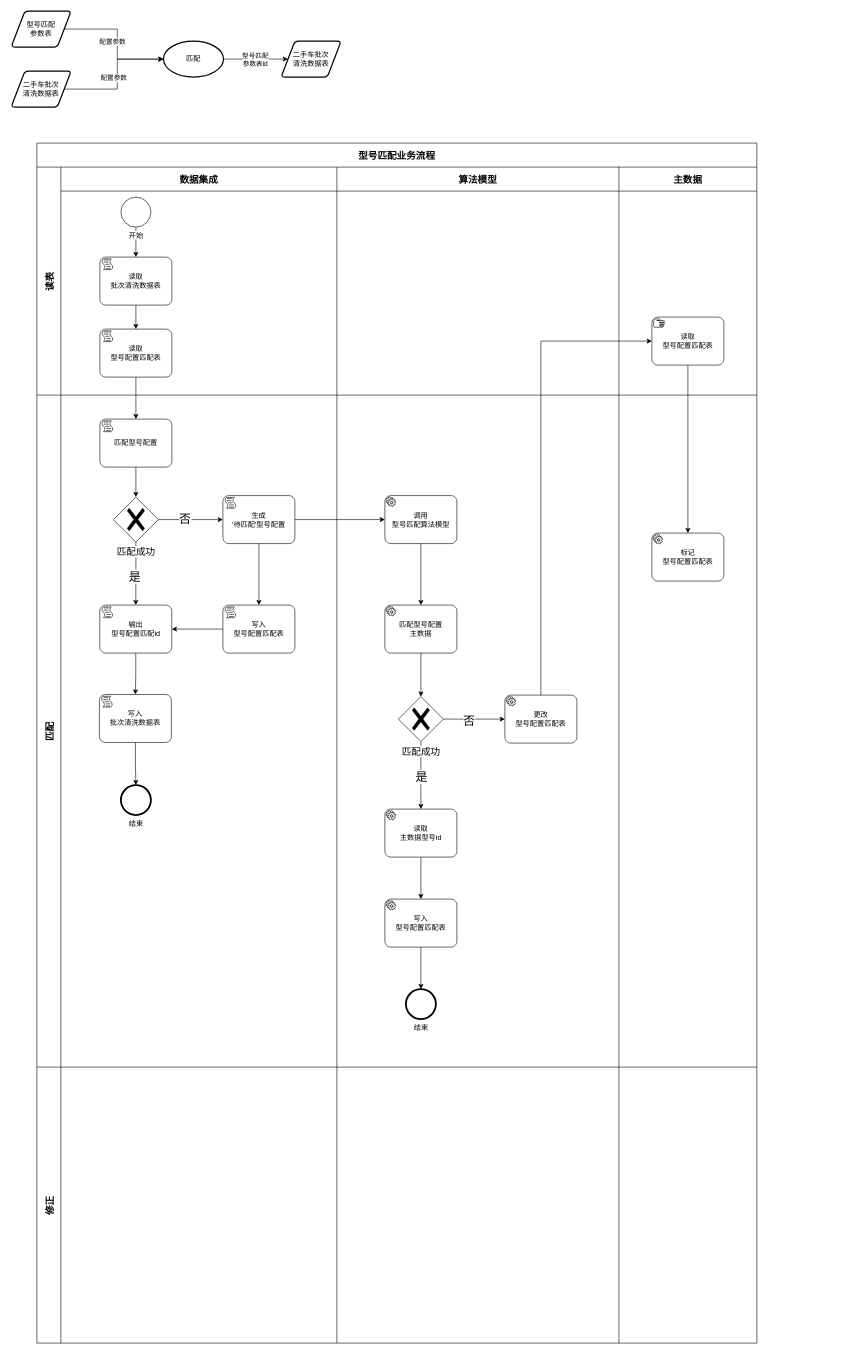
Earlier version of the draw.io diagram 型号匹配流程优化.drawio (wangzijia122/drawio_repository). Source tidied: cells renumbered, new cells numbered last; positions are measured from the earlier drawing's top-left corner, leaving out a move shared by most shapes. Both pictures are drawn from the tidied source at 60%, with x=0, y=0 at pixel (11, 11).
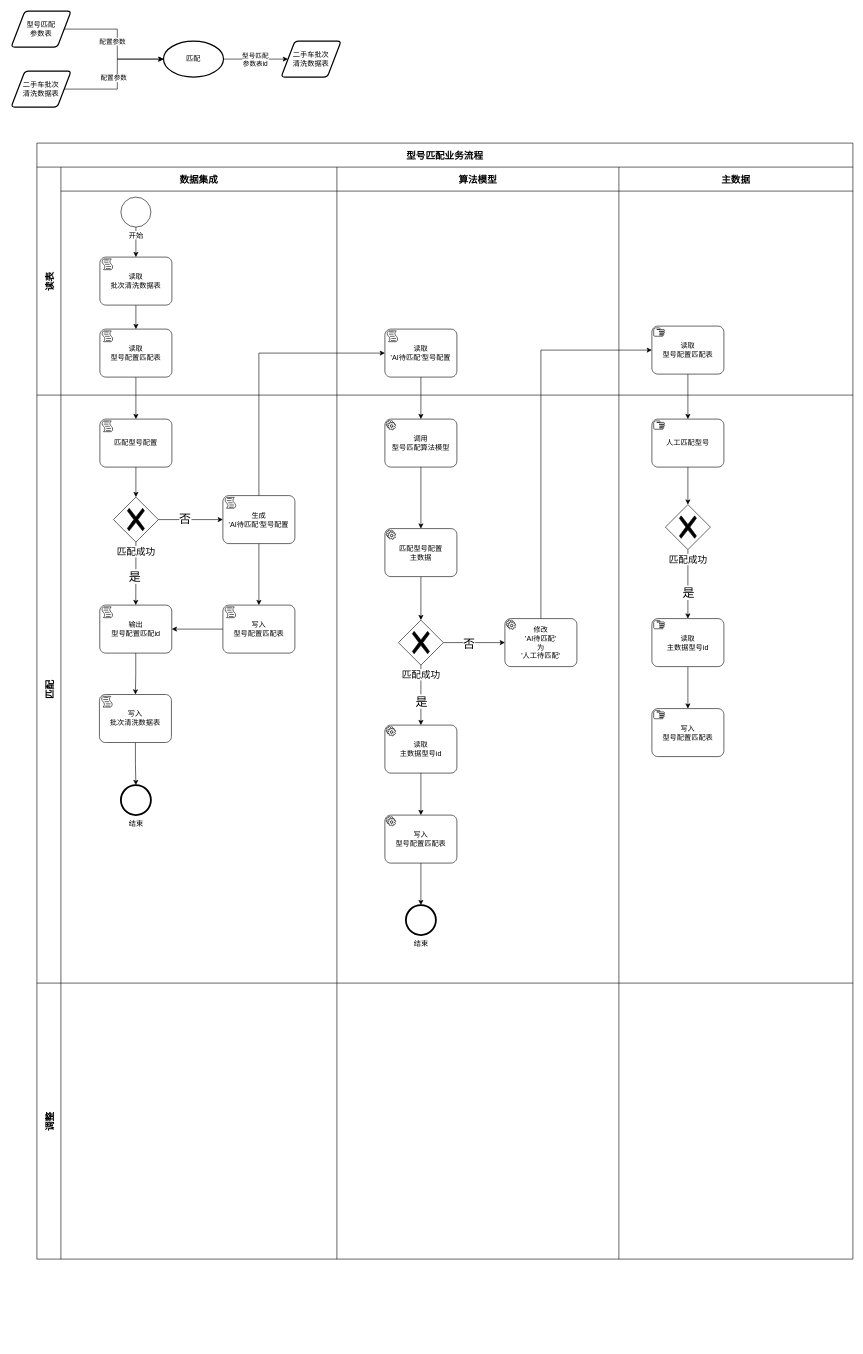
After the change.

Commit message (it also covers changes not shown here):
更新型号匹配流程优化.drawio

Unchanged cells that the change refers to:
```xml
<mxCell id="20" value="算法模型" style="swimlane;swimlaneHead=0;swimlaneBody=0;fontStyle=1;strokeColor=inherit;fillColor=none;startSize=40;fontSize=16;" parent="13" vertex="1">
  <mxGeometry x="500" width="470" height="380" as="geometry" />
</mxCell>
<mxCell id="49" style="edgeStyle=orthogonalEdgeStyle;rounded=0;jettySize=auto;html=1;exitX=0.5;exitY=1;exitDx=0;exitDy=0;exitPerimeter=0;entryX=0.5;entryY=0;entryDx=0;entryDy=0;entryPerimeter=0;" parent="44" edge="1" source="53" target="55">
  <mxGeometry relative="1" as="geometry" />
</mxCell>
```

Change to the diagram source:
```diff
@@
     <mxCell id="12" value="型号匹配业务流程" style="shape=table;childLayout=tableLayout;startSize=40;fontSize=16;fontStyle=1;" parent="1" vertex="1">
-      <mxGeometry x="43" y="220" width="1200" height="2000" as="geometry" />
+      <mxGeometry x="43" y="220" width="1360" height="1860" as="geometry" />
     </mxCell>
     <mxCell id="13" value="读表" style="shape=tableRow;horizontal=0;swimlaneHead=0;swimlaneBody=0;top=0;left=0;strokeColor=inherit;bottom=0;right=0;fontStyle=1;fillColor=none;startSize=40;fontSize=16;" parent="12" vertex="1">
-      <mxGeometry y="40" width="1200" height="380" as="geometry" />
+      <mxGeometry y="40" width="1360" height="380" as="geometry" />
     </mxCell>
@@
+    <mxCell id="70" value="读取&lt;br&gt;'AI待匹配'型号配置" style="points=[[0.25,0,0],[0.5,0,0],[0.75,0,0],[1,0.25,0],[1,0.5,0],[1,0.75,0],[0.75,1,0],[0.5,1,0],[0.25,1,0],[0,0.75,0],[0,0.5,0],[0,0.25,0]];shape=mxgraph.bpmn.task;whiteSpace=wrap;rectStyle=rounded;size=10;html=1;taskMarker=script;" parent="20" vertex="1">
+      <mxGeometry x="80" y="270" width="120" height="80" as="geometry" />
+    </mxCell>
     <mxCell id="21" value="主数据" style="swimlane;swimlaneHead=0;swimlaneBody=0;fontStyle=1;strokeColor=inherit;fillColor=none;startSize=40;fontSize=16;" parent="13" vertex="1">
-      <mxGeometry x="970" width="230" height="380" as="geometry" />
+      <mxGeometry x="970" width="390" height="380" as="geometry" />
     </mxCell>
     <mxCell id="22" value="读取&lt;br style=&quot;border-color: var(--border-color);&quot;&gt;型号配置匹配表" style="points=[[0.25,0,0],[0.5,0,0],[0.75,0,0],[1,0.25,0],[1,0.5,0],[1,0.75,0],[0.75,1,0],[0.5,1,0],[0.25,1,0],[0,0.75,0],[0,0.5,0],[0,0.25,0]];shape=mxgraph.bpmn.task;whiteSpace=wrap;rectStyle=rounded;size=10;html=1;taskMarker=manual;" parent="21" vertex="1">
-      <mxGeometry x="55" y="250" width="120" height="80" as="geometry" />
+      <mxGeometry x="55" y="265" width="120" height="80" as="geometry" />
     </mxCell>
     <mxCell id="23" value="匹配" style="shape=tableRow;horizontal=0;swimlaneHead=0;swimlaneBody=0;top=0;left=0;strokeColor=inherit;bottom=0;right=0;fontStyle=1;fillColor=none;startSize=40;fontSize=16;" parent="12" vertex="1">
-      <mxGeometry y="420" width="1200" height="1120" as="geometry" />
+      <mxGeometry y="420" width="1360" height="980" as="geometry" />
     </mxCell>
     <mxCell id="24" style="swimlane;swimlaneHead=0;swimlaneBody=0;fontStyle=1;strokeColor=inherit;fillColor=none;startSize=0;fontSize=16;" parent="23" vertex="1">
-      <mxGeometry x="40" width="460" height="1120" as="geometry" />
+      <mxGeometry x="40" width="460" height="980" as="geometry" />
     </mxCell>
@@
-    <mxCell id="39" value="生成&lt;br&gt;'待匹配'型号配置" style="points=[[0.25,0,0],[0.5,0,0],[0.75,0,0],[1,0.25,0],[1,0.5,0],[1,0.75,0],[0.75,1,0],[0.5,1,0],[0.25,1,0],[0,0.75,0],[0,0.5,0],[0,0.25,0]];shape=mxgraph.bpmn.task;whiteSpace=wrap;rectStyle=rounded;size=10;html=1;taskMarker=script;" parent="24" vertex="1">
+    <mxCell id="39" value="生成&lt;br&gt;'AI待匹配'型号配置" style="points=[[0.25,0,0],[0.5,0,0],[0.75,0,0],[1,0.25,0],[1,0.5,0],[1,0.75,0],[0.75,1,0],[0.5,1,0],[0.25,1,0],[0,0.75,0],[0,0.5,0],[0,0.25,0]];shape=mxgraph.bpmn.task;whiteSpace=wrap;rectStyle=rounded;size=10;html=1;taskMarker=script;" parent="24" vertex="1">
       <mxGeometry x="270" y="167.5" width="120" height="80" as="geometry" />
     </mxCell>
@@
     <mxCell id="44" style="swimlane;swimlaneHead=0;swimlaneBody=0;fontStyle=1;strokeColor=inherit;fillColor=none;startSize=0;fontSize=16;" parent="23" vertex="1">
-      <mxGeometry x="500" width="470" height="1120" as="geometry" />
+      <mxGeometry x="500" width="470" height="980" as="geometry" />
     </mxCell>
@@
     <mxCell id="46" value="调用&lt;br style=&quot;border-color: var(--border-color);&quot;&gt;型号匹配算法模型" style="points=[[0.25,0,0],[0.5,0,0],[0.75,0,0],[1,0.25,0],[1,0.5,0],[1,0.75,0],[0.75,1,0],[0.5,1,0],[0.25,1,0],[0,0.75,0],[0,0.5,0],[0,0.25,0]];shape=mxgraph.bpmn.task;whiteSpace=wrap;rectStyle=rounded;size=10;html=1;taskMarker=service;" parent="44" vertex="1">
-      <mxGeometry x="80" y="167.5" width="120" height="80" as="geometry" />
+      <mxGeometry x="80" y="40" width="120" height="80" as="geometry" />
     </mxCell>
@@
     <mxCell id="48" value="匹配型号配置&lt;br&gt;主数据" style="points=[[0.25,0,0],[0.5,0,0],[0.75,0,0],[1,0.25,0],[1,0.5,0],[1,0.75,0],[0.75,1,0],[0.5,1,0],[0.25,1,0],[0,0.75,0],[0,0.5,0],[0,0.25,0]];shape=mxgraph.bpmn.task;whiteSpace=wrap;rectStyle=rounded;size=10;html=1;taskMarker=service;" parent="44" vertex="1">
-      <mxGeometry x="80" y="350" width="120" height="80" as="geometry" />
+      <mxGeometry x="80" y="222.5" width="120" height="80" as="geometry" />
     </mxCell>
@@
     <mxCell id="50" value="是" style="edgeLabel;html=1;align=center;verticalAlign=middle;fontSize=20;" parent="49" vertex="1">
       <mxGeometry x="0.2" y="1" relative="1" as="geometry">
-        <mxPoint x="-1" y="-10" as="offset" />
+        <mxPoint x="-1" y="-1" as="offset" />
       </mxGeometry>
     </mxCell>
@@
     <mxCell id="53" value="匹配成功" style="points=[[0.25,0.25,0],[0.5,0,0],[0.75,0.25,0],[1,0.5,0],[0.75,0.75,0],[0.5,1,0],[0.25,0.75,0],[0,0.5,0]];shape=mxgraph.bpmn.gateway2;html=1;verticalLabelPosition=bottom;labelBackgroundColor=#ffffff;verticalAlign=top;align=center;perimeter=rhombusPerimeter;outlineConnect=0;outline=none;symbol=none;gwType=exclusive;fontSize=16;" parent="44" vertex="1">
-      <mxGeometry x="102.5" y="502.5" width="75" height="75" as="geometry" />
+      <mxGeometry x="102.5" y="375" width="75" height="75" as="geometry" />
     </mxCell>
@@
     <mxCell id="55" value="读取&lt;br&gt;主数据型号id" style="points=[[0.25,0,0],[0.5,0,0],[0.75,0,0],[1,0.25,0],[1,0.5,0],[1,0.75,0],[0.75,1,0],[0.5,1,0],[0.25,1,0],[0,0.75,0],[0,0.5,0],[0,0.25,0]];shape=mxgraph.bpmn.task;whiteSpace=wrap;rectStyle=rounded;size=10;html=1;taskMarker=service;" parent="44" vertex="1">
-      <mxGeometry x="80" y="690" width="120" height="80" as="geometry" />
+      <mxGeometry x="80" y="550" width="120" height="80" as="geometry" />
     </mxCell>
@@
     <mxCell id="57" value="写入&lt;br style=&quot;border-color: var(--border-color);&quot;&gt;型号配置匹配表" style="points=[[0.25,0,0],[0.5,0,0],[0.75,0,0],[1,0.25,0],[1,0.5,0],[1,0.75,0],[0.75,1,0],[0.5,1,0],[0.25,1,0],[0,0.75,0],[0,0.5,0],[0,0.25,0]];shape=mxgraph.bpmn.task;whiteSpace=wrap;rectStyle=rounded;size=10;html=1;taskMarker=service;" parent="44" vertex="1">
-      <mxGeometry x="80" y="840" width="120" height="80" as="geometry" />
+      <mxGeometry x="80" y="700" width="120" height="80" as="geometry" />
     </mxCell>
     <mxCell id="58" value="结束" style="points=[[0.145,0.145,0],[0.5,0,0],[0.855,0.145,0],[1,0.5,0],[0.855,0.855,0],[0.5,1,0],[0.145,0.855,0],[0,0.5,0]];shape=mxgraph.bpmn.event;html=1;verticalLabelPosition=bottom;labelBackgroundColor=#ffffff;verticalAlign=top;align=center;perimeter=ellipsePerimeter;outlineConnect=0;outline=end;symbol=terminate2;" parent="44" vertex="1">
-      <mxGeometry x="115" y="990" width="50" height="50" as="geometry" />
+      <mxGeometry x="115" y="850" width="50" height="50" as="geometry" />
     </mxCell>
-    <mxCell id="59" value="更改&lt;br&gt;型号配置匹配表" style="points=[[0.25,0,0],[0.5,0,0],[0.75,0,0],[1,0.25,0],[1,0.5,0],[1,0.75,0],[0.75,1,0],[0.5,1,0],[0.25,1,0],[0,0.75,0],[0,0.5,0],[0,0.25,0]];shape=mxgraph.bpmn.task;whiteSpace=wrap;rectStyle=rounded;size=10;html=1;taskMarker=service;" parent="44" vertex="1">
-      <mxGeometry x="280" y="500" width="120" height="80" as="geometry" />
+    <mxCell id="59" value="修改&lt;br style=&quot;border-color: var(--border-color);&quot;&gt;'AI待匹配'&lt;br&gt;为&lt;br&gt;'人工待匹配'" style="points=[[0.25,0,0],[0.5,0,0],[0.75,0,0],[1,0.25,0],[1,0.5,0],[1,0.75,0],[0.75,1,0],[0.5,1,0],[0.25,1,0],[0,0.75,0],[0,0.5,0],[0,0.25,0]];shape=mxgraph.bpmn.task;whiteSpace=wrap;rectStyle=rounded;size=10;html=1;taskMarker=service;" parent="44" vertex="1">
+      <mxGeometry x="280" y="372.5" width="120" height="80" as="geometry" />
     </mxCell>
     <mxCell id="60" style="swimlane;swimlaneHead=0;swimlaneBody=0;fontStyle=1;strokeColor=inherit;fillColor=none;startSize=0;fontSize=16;" parent="23" vertex="1">
-      <mxGeometry x="970" width="230" height="1120" as="geometry" />
+      <mxGeometry x="970" width="390" height="980" as="geometry" />
     </mxCell>
-    <mxCell id="61" value="标记&lt;br&gt;型号配置匹配表" style="points=[[0.25,0,0],[0.5,0,0],[0.75,0,0],[1,0.25,0],[1,0.5,0],[1,0.75,0],[0.75,1,0],[0.5,1,0],[0.25,1,0],[0,0.75,0],[0,0.5,0],[0,0.25,0]];shape=mxgraph.bpmn.task;whiteSpace=wrap;rectStyle=rounded;size=10;html=1;taskMarker=service;" parent="60" vertex="1">
-      <mxGeometry x="55" y="230" width="120" height="80" as="geometry" />
-    </mxCell>
-    <mxCell id="62" style="edgeStyle=orthogonalEdgeStyle;rounded=0;jettySize=auto;html=1;exitX=1;exitY=0.5;exitDx=0;exitDy=0;exitPerimeter=0;entryX=0;entryY=0.5;entryDx=0;entryDy=0;entryPerimeter=0;" parent="23" edge="1" source="39" target="46">
-      <mxGeometry relative="1" as="geometry" />
-    </mxCell>
+    <mxCell id="71" style="edgeStyle=orthogonalEdgeStyle;rounded=0;jettySize=auto;html=1;exitX=0.5;exitY=1;exitDx=0;exitDy=0;exitPerimeter=0;entryX=0.5;entryY=0;entryDx=0;entryDy=0;entryPerimeter=0;" parent="60" edge="1" source="72" target="75">
+      <mxGeometry relative="1" as="geometry" />
+    </mxCell>
+    <mxCell id="72" value="人工匹配型号" style="points=[[0.25,0,0],[0.5,0,0],[0.75,0,0],[1,0.25,0],[1,0.5,0],[1,0.75,0],[0.75,1,0],[0.5,1,0],[0.25,1,0],[0,0.75,0],[0,0.5,0],[0,0.25,0]];shape=mxgraph.bpmn.task;whiteSpace=wrap;rectStyle=rounded;size=10;html=1;taskMarker=manual;" parent="60" vertex="1">
+      <mxGeometry x="55" y="40" width="120" height="80" as="geometry" />
+    </mxCell>
+    <mxCell id="73" style="edgeStyle=orthogonalEdgeStyle;rounded=0;jettySize=auto;html=1;exitX=0.5;exitY=1;exitDx=0;exitDy=0;exitPerimeter=0;" parent="60" edge="1" source="75" target="77">
+      <mxGeometry relative="1" as="geometry" />
+    </mxCell>
+    <mxCell id="74" value="是" style="edgeLabel;html=1;align=center;verticalAlign=middle;fontSize=20;" parent="73" vertex="1">
+      <mxGeometry x="0.32" y="3" relative="1" as="geometry">
+        <mxPoint x="-3" y="-5" as="offset" />
+      </mxGeometry>
+    </mxCell>
+    <mxCell id="75" value="匹配成功" style="points=[[0.25,0.25,0],[0.5,0,0],[0.75,0.25,0],[1,0.5,0],[0.75,0.75,0],[0.5,1,0],[0.25,0.75,0],[0,0.5,0]];shape=mxgraph.bpmn.gateway2;html=1;verticalLabelPosition=bottom;labelBackgroundColor=#ffffff;verticalAlign=top;align=center;perimeter=rhombusPerimeter;outlineConnect=0;outline=none;symbol=none;gwType=exclusive;fontSize=16;" parent="60" vertex="1">
+      <mxGeometry x="77.5" y="182.5" width="75" height="75" as="geometry" />
+    </mxCell>
+    <mxCell id="76" style="edgeStyle=orthogonalEdgeStyle;rounded=0;jettySize=auto;html=1;exitX=0.5;exitY=1;exitDx=0;exitDy=0;exitPerimeter=0;entryX=0.5;entryY=0;entryDx=0;entryDy=0;entryPerimeter=0;" parent="60" edge="1" source="77" target="78">
+      <mxGeometry relative="1" as="geometry" />
+    </mxCell>
+    <mxCell id="77" value="读取&lt;br style=&quot;border-color: var(--border-color);&quot;&gt;主数据型号id" style="points=[[0.25,0,0],[0.5,0,0],[0.75,0,0],[1,0.25,0],[1,0.5,0],[1,0.75,0],[0.75,1,0],[0.5,1,0],[0.25,1,0],[0,0.75,0],[0,0.5,0],[0,0.25,0]];shape=mxgraph.bpmn.task;whiteSpace=wrap;rectStyle=rounded;size=10;html=1;taskMarker=manual;" parent="60" vertex="1">
+      <mxGeometry x="55" y="372.5" width="120" height="80" as="geometry" />
+    </mxCell>
+    <mxCell id="78" value="写入&lt;br style=&quot;border-color: var(--border-color);&quot;&gt;型号配置匹配表" style="points=[[0.25,0,0],[0.5,0,0],[0.75,0,0],[1,0.25,0],[1,0.5,0],[1,0.75,0],[0.75,1,0],[0.5,1,0],[0.25,1,0],[0,0.75,0],[0,0.5,0],[0,0.25,0]];shape=mxgraph.bpmn.task;whiteSpace=wrap;rectStyle=rounded;size=10;html=1;taskMarker=manual;" parent="60" vertex="1">
+      <mxGeometry x="55" y="522.5" width="120" height="80" as="geometry" />
+    </mxCell>
-    <mxCell id="63" value="修正" style="shape=tableRow;horizontal=0;swimlaneHead=0;swimlaneBody=0;top=0;left=0;strokeColor=inherit;bottom=0;right=0;fontStyle=1;fillColor=none;startSize=40;fontSize=16;" parent="12" vertex="1">
-      <mxGeometry y="1540" width="1200" height="460" as="geometry" />
+    <mxCell id="63" value="调整" style="shape=tableRow;horizontal=0;swimlaneHead=0;swimlaneBody=0;top=0;left=0;strokeColor=inherit;bottom=0;right=0;fontStyle=1;fillColor=none;startSize=40;fontSize=16;" parent="12" vertex="1">
+      <mxGeometry y="1400" width="1360" height="460" as="geometry" />
     </mxCell>
@@
     <mxCell id="66" style="swimlane;swimlaneHead=0;swimlaneBody=0;fontStyle=1;strokeColor=inherit;fillColor=none;startSize=0;fontSize=16;" parent="63" vertex="1">
-      <mxGeometry x="970" width="230" height="460" as="geometry" />
+      <mxGeometry x="970" width="390" height="460" as="geometry" />
     </mxCell>
@@
-    <mxCell id="69" style="edgeStyle=orthogonalEdgeStyle;rounded=0;jettySize=auto;html=1;exitX=0.5;exitY=1;exitDx=0;exitDy=0;exitPerimeter=0;entryX=0.5;entryY=0;entryDx=0;entryDy=0;entryPerimeter=0;" parent="12" edge="1" source="22" target="61">
+    <mxCell id="69" style="edgeStyle=orthogonalEdgeStyle;rounded=0;jettySize=auto;html=1;exitX=0.5;exitY=1;exitDx=0;exitDy=0;exitPerimeter=0;entryX=0.5;entryY=0;entryDx=0;entryDy=0;entryPerimeter=0;" parent="12" edge="1" source="22" target="72">
       <mxGeometry relative="1" as="geometry" />
     </mxCell>
+    <mxCell id="79" style="edgeStyle=orthogonalEdgeStyle;rounded=0;jettySize=auto;html=1;exitX=0.5;exitY=1;exitDx=0;exitDy=0;exitPerimeter=0;entryX=0.5;entryY=0;entryDx=0;entryDy=0;entryPerimeter=0;" parent="12" edge="1" source="70" target="46">
+      <mxGeometry relative="1" as="geometry" />
+    </mxCell>
+    <mxCell id="80" style="edgeStyle=orthogonalEdgeStyle;rounded=0;jettySize=auto;html=1;exitX=0.5;exitY=0;exitDx=0;exitDy=0;exitPerimeter=0;entryX=0;entryY=0.5;entryDx=0;entryDy=0;entryPerimeter=0;" parent="12" edge="1" source="39" target="70">
+      <mxGeometry relative="1" as="geometry" />
+    </mxCell>
```
